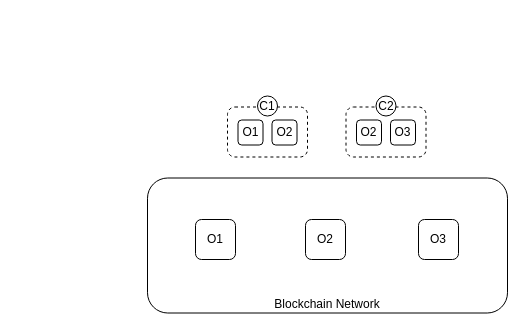
Earlier version of the draw.io diagram page "4.2" (2 of 8) of graduation/第四章.drawio (guanpengchn/draw.io). Source tidied: cells renumbered, new cells numbered last; positions are measured from the earlier drawing's top-left corner, leaving out a move shared by most shapes. Both pictures are drawn from the tidied source at 100%, with x=0, y=0 at pixel (147, 95).
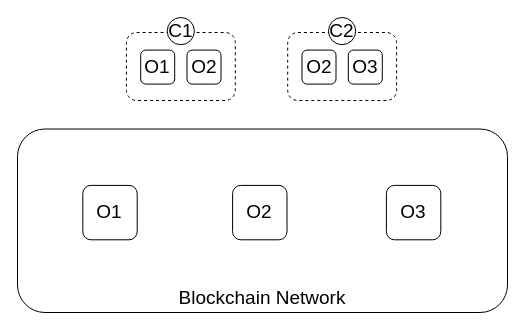
The same page after the edit.

Change to the diagram source:
```diff
@@
 <mxGraphModel>
   <root>
     <mxCell id="0" />
     <mxCell id="1" parent="0" />
+    <mxCell id="14" style="group;fontSize=19;" parent="1" vertex="1">
+      <mxGeometry x="-130" y="-78" width="490" height="295" as="geometry" />
+    </mxCell>
-    <mxCell id="2" value="&lt;div style=&quot;text-align: right&quot;&gt;&lt;span&gt;Blockchain Network&lt;/span&gt;&lt;/div&gt;" style="rounded=1;whiteSpace=wrap;html=1;fillColor=none;align=center;verticalAlign=bottom;labelPosition=center;verticalLabelPosition=middle;" parent="1" vertex="1">
-      <mxGeometry y="82.5" width="360" height="135" as="geometry" />
+    <mxCell id="2" value="&lt;div style=&quot;text-align: right; font-size: 19px;&quot;&gt;&lt;span style=&quot;font-size: 19px;&quot;&gt;Blockchain Network&lt;/span&gt;&lt;/div&gt;" style="rounded=1;whiteSpace=wrap;html=1;fillColor=none;align=center;verticalAlign=bottom;labelPosition=center;verticalLabelPosition=middle;fontSize=19;" parent="14" vertex="1">
+      <mxGeometry y="111.5" width="490" height="183.5" as="geometry" />
     </mxCell>
-    <mxCell id="3" style="rounded=1;whiteSpace=wrap;html=1;dashed=1;" parent="1" vertex="1">
-      <mxGeometry x="80" y="11.5" width="80" height="50" as="geometry" />
+    <mxCell id="3" style="rounded=1;whiteSpace=wrap;html=1;dashed=1;fontSize=19;" parent="14" vertex="1">
+      <mxGeometry x="108.9" y="15" width="108.9" height="68" as="geometry" />
     </mxCell>
-    <mxCell id="4" value="O1" style="rounded=1;whiteSpace=wrap;html=1;" parent="1" vertex="1">
-      <mxGeometry x="90.5" y="24.5" width="25" height="25" as="geometry" />
+    <mxCell id="4" value="O1" style="rounded=1;whiteSpace=wrap;html=1;fontSize=19;" parent="14" vertex="1">
+      <mxGeometry x="123.2" y="32.6" width="34" height="34" as="geometry" />
     </mxCell>
-    <mxCell id="5" value="O2&lt;br&gt;" style="rounded=1;whiteSpace=wrap;html=1;" parent="1" vertex="1">
-      <mxGeometry x="124.5" y="24.5" width="25" height="25" as="geometry" />
+    <mxCell id="5" value="O2&lt;br style=&quot;font-size: 19px;&quot;&gt;" style="rounded=1;whiteSpace=wrap;html=1;fontSize=19;" parent="14" vertex="1">
+      <mxGeometry x="169.5" y="32.6" width="34" height="34" as="geometry" />
     </mxCell>
-    <mxCell id="6" value="C1" style="ellipse;whiteSpace=wrap;html=1;rounded=0;shadow=0;glass=0;comic=0;strokeWidth=1;fillColor=#ffffff;" parent="1" vertex="1">
-      <mxGeometry x="110" y="0.5" width="20" height="20" as="geometry" />
+    <mxCell id="6" value="C1" style="ellipse;whiteSpace=wrap;html=1;rounded=0;shadow=0;glass=0;comic=0;strokeWidth=1;fillColor=#ffffff;fontSize=19;" parent="14" vertex="1">
+      <mxGeometry x="149.7" width="27.2" height="27.2" as="geometry" />
     </mxCell>
-    <mxCell id="7" style="rounded=1;whiteSpace=wrap;html=1;dashed=1;" parent="1" vertex="1">
-      <mxGeometry x="198.5" y="11.5" width="80" height="50" as="geometry" />
+    <mxCell id="7" style="rounded=1;whiteSpace=wrap;html=1;dashed=1;fontSize=19;" parent="14" vertex="1">
+      <mxGeometry x="270.2" y="15" width="108.9" height="68" as="geometry" />
     </mxCell>
-    <mxCell id="8" value="O2" style="rounded=1;whiteSpace=wrap;html=1;" parent="1" vertex="1">
-      <mxGeometry x="209" y="24.5" width="25" height="25" as="geometry" />
+    <mxCell id="8" value="O2" style="rounded=1;whiteSpace=wrap;html=1;fontSize=19;" parent="14" vertex="1">
+      <mxGeometry x="284.5" y="32.6" width="34" height="34" as="geometry" />
     </mxCell>
-    <mxCell id="9" value="O3&lt;br&gt;" style="rounded=1;whiteSpace=wrap;html=1;" parent="1" vertex="1">
-      <mxGeometry x="243" y="24.5" width="25" height="25" as="geometry" />
+    <mxCell id="9" value="O3&lt;br style=&quot;font-size: 19px;&quot;&gt;" style="rounded=1;whiteSpace=wrap;html=1;fontSize=19;" parent="14" vertex="1">
+      <mxGeometry x="330.8" y="32.6" width="34" height="34" as="geometry" />
     </mxCell>
-    <mxCell id="10" value="C2" style="ellipse;whiteSpace=wrap;html=1;rounded=0;shadow=0;glass=0;comic=0;strokeWidth=1;fillColor=#ffffff;" parent="1" vertex="1">
-      <mxGeometry x="228.5" y="0.5" width="20" height="20" as="geometry" />
+    <mxCell id="10" value="C2" style="ellipse;whiteSpace=wrap;html=1;rounded=0;shadow=0;glass=0;comic=0;strokeWidth=1;fillColor=#ffffff;fontSize=19;" parent="14" vertex="1">
+      <mxGeometry x="311" width="27.2" height="27.2" as="geometry" />
     </mxCell>
-    <mxCell id="11" value="O1" style="rounded=1;whiteSpace=wrap;html=1;" parent="1" vertex="1">
-      <mxGeometry x="48" y="124" width="40" height="40" as="geometry" />
+    <mxCell id="11" value="O1" style="rounded=1;whiteSpace=wrap;html=1;fontSize=19;" parent="14" vertex="1">
+      <mxGeometry x="65.3" y="167.9" width="54.4" height="54.4" as="geometry" />
     </mxCell>
-    <mxCell id="12" value="O3" style="rounded=1;whiteSpace=wrap;html=1;glass=0;comic=0;" parent="1" vertex="1">
-      <mxGeometry x="271" y="124" width="40" height="40" as="geometry" />
+    <mxCell id="12" value="O3" style="rounded=1;whiteSpace=wrap;html=1;glass=0;comic=0;fontSize=19;" parent="14" vertex="1">
+      <mxGeometry x="368.9" y="167.9" width="54.4" height="54.4" as="geometry" />
     </mxCell>
-    <mxCell id="13" value="O2&lt;br&gt;" style="rounded=1;whiteSpace=wrap;html=1;" parent="1" vertex="1">
-      <mxGeometry x="158" y="124" width="40" height="40" as="geometry" />
+    <mxCell id="13" value="O2&lt;br style=&quot;font-size: 19px;&quot;&gt;" style="rounded=1;whiteSpace=wrap;html=1;fontSize=19;" parent="14" vertex="1">
+      <mxGeometry x="215.1" y="167.9" width="54.4" height="54.4" as="geometry" />
     </mxCell>
   </root>
 </mxGraphModel>
```
